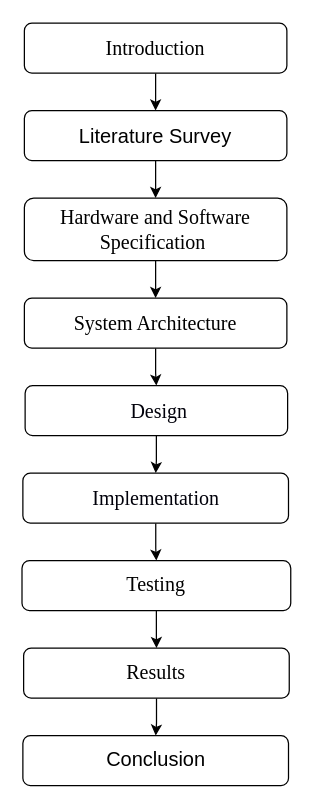
Before: Untitled Diagram.drawio in pratik4999/project, a draw.io diagram. Source tidied: cells renumbered, new cells numbered last; positions are measured from the earlier drawing's top-left corner, leaving out a move shared by most shapes. Both pictures are drawn from the tidied source at 125%, with x=0, y=0 at pixel (21, 22).
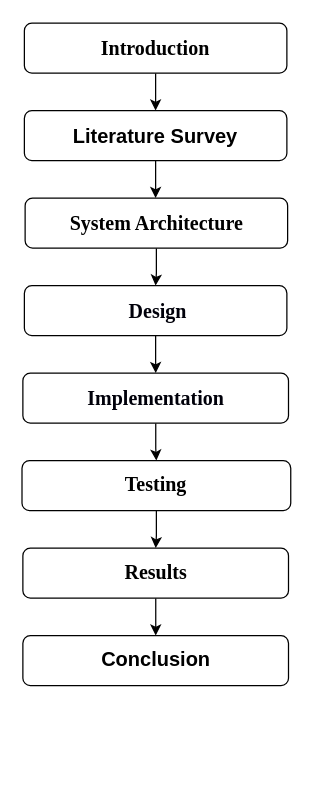
The same page after the edit.

What changed in the source:
```diff
@@
-    <mxCell id="2" style="edgeStyle=orthogonalEdgeStyle;rounded=0;jettySize=auto;html=1;" parent="1" edge="1" source="3">
+    <mxCell id="2" style="edgeStyle=orthogonalEdgeStyle;rounded=0;jettySize=auto;html=1;fontStyle=1;" parent="1" edge="1" source="3">
       <mxGeometry relative="1" as="geometry">
         <mxPoint x="107" y="70" as="targetPoint" />
       </mxGeometry>
     </mxCell>
-    <mxCell id="3" value="&lt;p&gt;&lt;span id=&quot;docs-internal-guid-182f6bfe-7fff-c46c-3bda-6b25216ae240&quot;&gt;&lt;span style=&quot;font-family: &amp;quot;Times New Roman&amp;quot;; background-color: transparent; font-variant-numeric: normal; font-variant-east-asian: normal; vertical-align: baseline;&quot;&gt;&lt;font style=&quot;font-size: 16px;&quot;&gt;Introduction&lt;/font&gt;&lt;/span&gt;&lt;/span&gt;&lt;br&gt;&lt;/p&gt;" style="rounded=1;whiteSpace=wrap;html=1;" parent="1" vertex="1">
+    <mxCell id="3" value="&lt;p&gt;&lt;span id=&quot;docs-internal-guid-182f6bfe-7fff-c46c-3bda-6b25216ae240&quot;&gt;&lt;span style=&quot;font-family: &amp;quot;times new roman&amp;quot; ; background-color: transparent ; vertical-align: baseline&quot;&gt;&lt;font style=&quot;font-size: 16px&quot;&gt;&lt;span&gt;Introduction&lt;/span&gt;&lt;/font&gt;&lt;/span&gt;&lt;/span&gt;&lt;br&gt;&lt;/p&gt;" style="rounded=1;whiteSpace=wrap;html=1;fontStyle=1;" parent="1" vertex="1">
       <mxGeometry x="2" width="210" height="40" as="geometry" />
     </mxCell>
-    <mxCell id="4" style="edgeStyle=orthogonalEdgeStyle;rounded=0;jettySize=auto;html=1;" parent="1" edge="1" source="5">
+    <mxCell id="4" style="edgeStyle=orthogonalEdgeStyle;rounded=0;jettySize=auto;html=1;fontStyle=1;" parent="1" edge="1" source="5">
       <mxGeometry relative="1" as="geometry">
         <mxPoint x="107" y="140" as="targetPoint" />
       </mxGeometry>
     </mxCell>
-    <mxCell id="5" value="&lt;p&gt;&lt;font style=&quot;font-size: 16px;&quot;&gt;Literature Survey&lt;/font&gt;&lt;/p&gt;" style="rounded=1;whiteSpace=wrap;html=1;" parent="1" vertex="1">
+    <mxCell id="5" value="&lt;p&gt;&lt;font style=&quot;font-size: 16px&quot;&gt;&lt;span&gt;Literature Survey&lt;/span&gt;&lt;/font&gt;&lt;/p&gt;" style="rounded=1;whiteSpace=wrap;html=1;fontStyle=1;" parent="1" vertex="1">
       <mxGeometry x="2" y="70" width="210" height="40" as="geometry" />
     </mxCell>
-    <mxCell id="6" style="edgeStyle=orthogonalEdgeStyle;rounded=0;jettySize=auto;html=1;entryX=0.5;entryY=0;entryDx=0;entryDy=0;fontSize=16;" parent="1" edge="1" source="7" target="11">
-      <mxGeometry relative="1" as="geometry" />
-    </mxCell>
-    <mxCell id="7" value="&lt;font style=&quot;font-size: 16px;&quot;&gt;&lt;span id=&quot;docs-internal-guid-b5466a00-7fff-cc5c-04f8-3c3f81f4783a&quot; style=&quot;&quot;&gt;&lt;span style=&quot;font-family: &amp;quot;Times New Roman&amp;quot;; color: rgb(0, 0, 0); background-color: transparent; font-style: normal; font-variant: normal; text-decoration: none; vertical-align: baseline;&quot;&gt;Hardware and Software Specification&amp;nbsp; &lt;/span&gt;&lt;/span&gt;&lt;/font&gt;" style="rounded=1;whiteSpace=wrap;html=1;" parent="1" vertex="1">
-      <mxGeometry x="2" y="140" width="210" height="50" as="geometry" />
-    </mxCell>
-    <mxCell id="8" style="edgeStyle=orthogonalEdgeStyle;rounded=0;jettySize=auto;html=1;fontSize=16;" parent="1" edge="1" source="9" target="13">
+    <mxCell id="8" style="edgeStyle=orthogonalEdgeStyle;rounded=0;jettySize=auto;html=1;fontSize=16;fontStyle=1;" parent="1" edge="1" source="9" target="13">
       <mxGeometry relative="1" as="geometry" />
     </mxCell>
-    <mxCell id="9" value="&lt;span id=&quot;docs-internal-guid-e6ef8805-7fff-b3ac-ea0d-33b7283a8782&quot;&gt;&lt;span style=&quot;font-family: &amp;quot;Times New Roman&amp;quot;; color: rgb(0, 0, 10); background-color: transparent; font-variant-numeric: normal; font-variant-east-asian: normal; vertical-align: baseline;&quot;&gt;&lt;font style=&quot;font-size: 16px;&quot;&gt;&amp;nbsp;Design&lt;/font&gt;&lt;/span&gt;&lt;/span&gt;" style="rounded=1;whiteSpace=wrap;html=1;" parent="1" vertex="1">
-      <mxGeometry x="2.6" y="290" width="210" height="40" as="geometry" />
+    <mxCell id="9" value="&lt;span id=&quot;docs-internal-guid-e6ef8805-7fff-b3ac-ea0d-33b7283a8782&quot;&gt;&lt;span style=&quot;font-family: &amp;quot;Times New Roman&amp;quot;; color: rgb(0, 0, 10); background-color: transparent; font-variant-numeric: normal; font-variant-east-asian: normal; vertical-align: baseline;&quot;&gt;&lt;font style=&quot;font-size: 16px;&quot;&gt;&amp;nbsp;Design&lt;/font&gt;&lt;/span&gt;&lt;/span&gt;" style="rounded=1;whiteSpace=wrap;html=1;fontStyle=1;" parent="1" vertex="1">
+      <mxGeometry x="2" y="210" width="210" height="40" as="geometry" />
     </mxCell>
-    <mxCell id="10" style="edgeStyle=orthogonalEdgeStyle;rounded=0;jettySize=auto;html=1;fontSize=16;" parent="1" edge="1" source="11" target="9">
+    <mxCell id="10" style="edgeStyle=orthogonalEdgeStyle;rounded=0;jettySize=auto;html=1;fontSize=16;fontStyle=1;" parent="1" edge="1" source="11" target="9">
       <mxGeometry relative="1" as="geometry" />
     </mxCell>
-    <mxCell id="11" value="&lt;span id=&quot;docs-internal-guid-656321dd-7fff-4790-4669-ebc926066fd7&quot;&gt;&lt;span style=&quot;font-family: &amp;quot;Times New Roman&amp;quot;; background-color: transparent; font-variant-numeric: normal; font-variant-east-asian: normal; vertical-align: baseline;&quot;&gt;&lt;font style=&quot;font-size: 16px;&quot;&gt;System Architecture&lt;/font&gt;&lt;/span&gt;&lt;/span&gt;" style="rounded=1;whiteSpace=wrap;html=1;" parent="1" vertex="1">
-      <mxGeometry x="2" y="220" width="210" height="40" as="geometry" />
+    <mxCell id="11" value="&lt;span id=&quot;docs-internal-guid-656321dd-7fff-4790-4669-ebc926066fd7&quot;&gt;&lt;span style=&quot;font-family: &amp;quot;Times New Roman&amp;quot;; background-color: transparent; font-variant-numeric: normal; font-variant-east-asian: normal; vertical-align: baseline;&quot;&gt;&lt;font style=&quot;font-size: 16px;&quot;&gt;System Architecture&lt;/font&gt;&lt;/span&gt;&lt;/span&gt;" style="rounded=1;whiteSpace=wrap;html=1;fontStyle=1;" parent="1" vertex="1">
+      <mxGeometry x="2.6" y="140" width="210" height="40" as="geometry" />
     </mxCell>
-    <mxCell id="12" style="edgeStyle=orthogonalEdgeStyle;rounded=0;jettySize=auto;html=1;fontSize=16;" parent="1" edge="1" source="13" target="15">
+    <mxCell id="12" style="edgeStyle=orthogonalEdgeStyle;rounded=0;jettySize=auto;html=1;fontSize=16;fontStyle=1;" parent="1" edge="1" source="13" target="15">
       <mxGeometry relative="1" as="geometry" />
     </mxCell>
-    <mxCell id="13" value="&lt;font face=&quot;Times New Roman&quot; color=&quot;#00000a&quot;&gt;&lt;span style=&quot;font-size: 16px;&quot;&gt;Implementation&lt;/span&gt;&lt;/font&gt;" style="rounded=1;whiteSpace=wrap;html=1;" parent="1" vertex="1">
-      <mxGeometry x="0.8" y="360" width="212.5" height="40" as="geometry" />
+    <mxCell id="13" value="&lt;font face=&quot;Times New Roman&quot; color=&quot;#00000a&quot;&gt;&lt;span style=&quot;font-size: 16px;&quot;&gt;Implementation&lt;/span&gt;&lt;/font&gt;" style="rounded=1;whiteSpace=wrap;html=1;fontStyle=1;" parent="1" vertex="1">
+      <mxGeometry x="0.8" y="280" width="212.5" height="40" as="geometry" />
     </mxCell>
-    <mxCell id="14" style="edgeStyle=orthogonalEdgeStyle;rounded=0;jettySize=auto;html=1;fontSize=16;" parent="1" edge="1" source="15" target="17">
+    <mxCell id="14" style="edgeStyle=orthogonalEdgeStyle;rounded=0;jettySize=auto;html=1;fontSize=16;fontStyle=1;" parent="1" edge="1" source="15" target="17">
       <mxGeometry relative="1" as="geometry" />
     </mxCell>
-    <mxCell id="15" value="&lt;span style=&quot;font-size: 16px;&quot; id=&quot;docs-internal-guid-8adcd8d7-7fff-6632-3c0c-1ea3c1a08d47&quot;&gt;&lt;p style=&quot;line-height: 1.8; margin-top: 0pt; margin-bottom: 0pt;&quot; dir=&quot;ltr&quot;&gt;&lt;font face=&quot;Times New Roman&quot;&gt;Testing&lt;/font&gt;&lt;/p&gt;&lt;/span&gt;" style="rounded=1;whiteSpace=wrap;html=1;" parent="1" vertex="1">
-      <mxGeometry x="0.1" y="430" width="215" height="40" as="geometry" />
+    <mxCell id="15" value="&lt;span style=&quot;font-size: 16px;&quot; id=&quot;docs-internal-guid-8adcd8d7-7fff-6632-3c0c-1ea3c1a08d47&quot;&gt;&lt;p style=&quot;line-height: 1.8; margin-top: 0pt; margin-bottom: 0pt;&quot; dir=&quot;ltr&quot;&gt;&lt;font face=&quot;Times New Roman&quot;&gt;Testing&lt;/font&gt;&lt;/p&gt;&lt;/span&gt;" style="rounded=1;whiteSpace=wrap;html=1;fontStyle=1;" parent="1" vertex="1">
+      <mxGeometry x="0.1" y="350" width="215" height="40" as="geometry" />
     </mxCell>
-    <mxCell id="16" style="edgeStyle=orthogonalEdgeStyle;rounded=0;jettySize=auto;html=1;fontSize=16;" parent="1" edge="1" source="17" target="18">
+    <mxCell id="16" style="edgeStyle=orthogonalEdgeStyle;rounded=0;jettySize=auto;html=1;fontSize=16;fontStyle=1;" parent="1" edge="1" source="17" target="18">
       <mxGeometry relative="1" as="geometry" />
     </mxCell>
-    <mxCell id="17" value="&lt;span style=&quot;font-size: 16px;&quot; id=&quot;docs-internal-guid-8adcd8d7-7fff-6632-3c0c-1ea3c1a08d47&quot;&gt;&lt;p style=&quot;line-height: 1.8; margin-top: 0pt; margin-bottom: 0pt;&quot; dir=&quot;ltr&quot;&gt;&lt;font face=&quot;Times New Roman&quot;&gt;Results&lt;/font&gt;&lt;/p&gt;&lt;/span&gt;" style="rounded=1;whiteSpace=wrap;html=1;" parent="1" vertex="1">
-      <mxGeometry x="1.4" y="500" width="212.5" height="40" as="geometry" />
+    <mxCell id="17" value="&lt;span style=&quot;font-size: 16px;&quot; id=&quot;docs-internal-guid-8adcd8d7-7fff-6632-3c0c-1ea3c1a08d47&quot;&gt;&lt;p style=&quot;line-height: 1.8; margin-top: 0pt; margin-bottom: 0pt;&quot; dir=&quot;ltr&quot;&gt;&lt;font face=&quot;Times New Roman&quot;&gt;Results&lt;/font&gt;&lt;/p&gt;&lt;/span&gt;" style="rounded=1;whiteSpace=wrap;html=1;fontStyle=1;" parent="1" vertex="1">
+      <mxGeometry x="0.8" y="420" width="212.5" height="40" as="geometry" />
     </mxCell>
-    <mxCell id="18" value="&lt;span style=&quot;font-size: 16px;&quot; id=&quot;docs-internal-guid-8adcd8d7-7fff-6632-3c0c-1ea3c1a08d47&quot;&gt;&lt;p style=&quot;line-height: 1.8; margin-top: 0pt; margin-bottom: 0pt;&quot; dir=&quot;ltr&quot;&gt;Conclusion&lt;/p&gt;&lt;/span&gt;" style="rounded=1;whiteSpace=wrap;html=1;" parent="1" vertex="1">
-      <mxGeometry x="0.8" y="570" width="212.5" height="40" as="geometry" />
+    <mxCell id="18" value="&lt;span style=&quot;font-size: 16px;&quot; id=&quot;docs-internal-guid-8adcd8d7-7fff-6632-3c0c-1ea3c1a08d47&quot;&gt;&lt;p style=&quot;line-height: 1.8; margin-top: 0pt; margin-bottom: 0pt;&quot; dir=&quot;ltr&quot;&gt;Conclusion&lt;/p&gt;&lt;/span&gt;" style="rounded=1;whiteSpace=wrap;html=1;fontStyle=1;" parent="1" vertex="1">
+      <mxGeometry x="0.8" y="490" width="212.5" height="40" as="geometry" />
     </mxCell>
```
